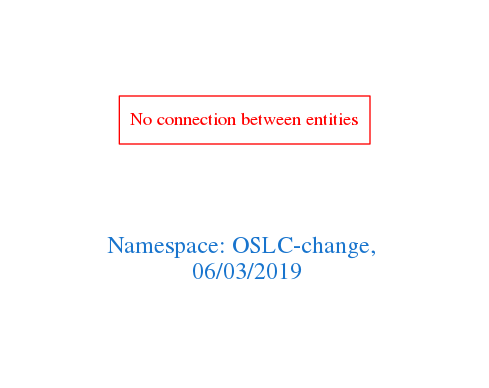
Above: downloads/OSLC-change.png in arago/OGIT (Graphviz), before the change. Its source is kept beside it as downloads/OSLC-change.dot. The source it was exported from:
```dot
digraph OGIT_ontology {
 graph [ rankdir= LR,pad=1
fontsize = 18,
fontcolor= dodgerblue3,label = "\n\n\nNamespace: OSLC-change, \n 06/03/2019"];
node[shape=polygon];
edge [  color="gray81"];

"No connection between entities" [fontcolor = "red",color="red", shape="polygon"]
}
```
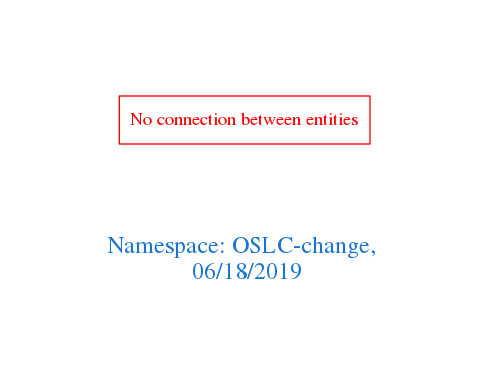
The same file after the commit.

What changed in the source:
```diff
@@ -1,7 +1,7 @@
 digraph OGIT_ontology {
  graph [ rankdir= LR,pad=1
 fontsize = 18,
-fontcolor= dodgerblue3,label = "\n\n\nNamespace: OSLC-change, \n 06/03/2019"];
+fontcolor= dodgerblue3,label = "\n\n\nNamespace: OSLC-change, \n 06/18/2019"];
 node[shape=polygon];
 edge [  color="gray81"];
 
```
